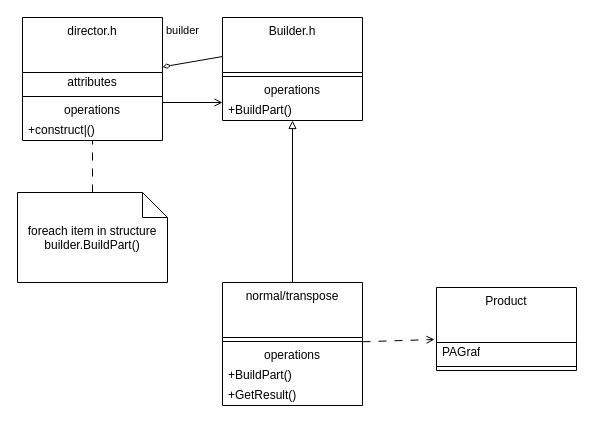
This is builder.drawio from Cristof17/PALibrary, a draw.io file, before an edit. Source tidied: cells renumbered, new cells numbered last; positions are measured from the earlier drawing's top-left corner, leaving out a move shared by most shapes. Both pictures are drawn from the tidied source at 100%, with x=0, y=0 at pixel (17, 17).
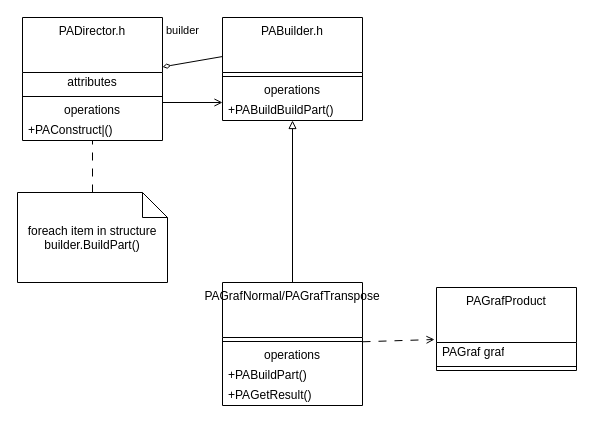
The same page after the edit.

Commit message (it also covers changes not shown here):
added builder design pattern with file PA_Graph_Transpus, PA_Graph_Normal, PA_Builder,PA_Graf_Product,PA

Diff of the diagram source:
```diff
@@
-    <mxCell id="3" value="Builder.h" style="swimlane;fontStyle=0;align=center;verticalAlign=top;horizontal=1;startSize=55;html=1;whiteSpace=wrap;" parent="1" vertex="1">
+    <mxCell id="3" value="PABuilder.h" style="swimlane;fontStyle=0;align=center;verticalAlign=top;horizontal=1;startSize=55;html=1;whiteSpace=wrap;" parent="1" vertex="1">
       <mxGeometry x="205" width="140" height="103" as="geometry" />
     </mxCell>
@@
-    <mxCell id="6" value="+BuildPart()" style="text;html=1;strokeColor=none;fillColor=none;align=left;verticalAlign=middle;spacingLeft=4;spacingRight=4;overflow=hidden;points=[[0,0.5],[1,0.5]];portConstraint=eastwest;whiteSpace=wrap;" parent="3" vertex="1">
+    <mxCell id="6" value="+PABuildBuildPart()" style="text;html=1;strokeColor=none;fillColor=none;align=left;verticalAlign=middle;spacingLeft=4;spacingRight=4;overflow=hidden;points=[[0,0.5],[1,0.5]];portConstraint=eastwest;whiteSpace=wrap;" parent="3" vertex="1">
       <mxGeometry y="83" width="140" height="20" as="geometry" />
     </mxCell>
-    <mxCell id="7" value="director.h" style="swimlane;fontStyle=0;align=center;verticalAlign=top;horizontal=1;startSize=55;html=1;whiteSpace=wrap;" parent="1" vertex="1">
+    <mxCell id="7" value="PADirector.h" style="swimlane;fontStyle=0;align=center;verticalAlign=top;horizontal=1;startSize=55;html=1;whiteSpace=wrap;" parent="1" vertex="1">
       <mxGeometry x="5" width="140" height="123" as="geometry" />
     </mxCell>
@@
-    <mxCell id="11" value="+construct|()" style="text;html=1;strokeColor=none;fillColor=none;align=left;verticalAlign=middle;spacingLeft=4;spacingRight=4;overflow=hidden;points=[[0,0.5],[1,0.5]];portConstraint=eastwest;whiteSpace=wrap;" parent="7" vertex="1">
+    <mxCell id="11" value="+PAConstruct|()" style="text;html=1;strokeColor=none;fillColor=none;align=left;verticalAlign=middle;spacingLeft=4;spacingRight=4;overflow=hidden;points=[[0,0.5],[1,0.5]];portConstraint=eastwest;whiteSpace=wrap;" parent="7" vertex="1">
       <mxGeometry y="103" width="140" height="20" as="geometry" />
     </mxCell>
@@
-    <mxCell id="18" value="normal/transpose" style="swimlane;fontStyle=0;align=center;verticalAlign=top;horizontal=1;startSize=55;html=1;whiteSpace=wrap;" parent="1" vertex="1">
+    <mxCell id="18" value="PAGrafNormal/PAGrafTranspose" style="swimlane;fontStyle=0;align=center;verticalAlign=top;horizontal=1;startSize=55;html=1;whiteSpace=wrap;" parent="1" vertex="1">
       <mxGeometry x="205" y="265" width="140" height="123" as="geometry" />
     </mxCell>
@@
-    <mxCell id="21" value="+BuildPart()" style="text;html=1;strokeColor=none;fillColor=none;align=left;verticalAlign=middle;spacingLeft=4;spacingRight=4;overflow=hidden;whiteSpace=wrap;" parent="18" vertex="1">
+    <mxCell id="21" value="+PABuildPart()" style="text;html=1;strokeColor=none;fillColor=none;align=left;verticalAlign=middle;spacingLeft=4;spacingRight=4;overflow=hidden;whiteSpace=wrap;" parent="18" vertex="1">
       <mxGeometry y="83" width="140" height="20" as="geometry" />
     </mxCell>
-    <mxCell id="22" value="+GetResult()" style="text;html=1;strokeColor=none;fillColor=none;align=left;verticalAlign=middle;spacingLeft=4;spacingRight=4;overflow=hidden;whiteSpace=wrap;" parent="18" vertex="1">
+    <mxCell id="22" value="+PAGetResult()" style="text;html=1;strokeColor=none;fillColor=none;align=left;verticalAlign=middle;spacingLeft=4;spacingRight=4;overflow=hidden;whiteSpace=wrap;" parent="18" vertex="1">
       <mxGeometry y="103" width="140" height="20" as="geometry" />
     </mxCell>
-    <mxCell id="23" value="Product" style="swimlane;fontStyle=0;align=center;verticalAlign=top;horizontal=1;startSize=55;html=1;whiteSpace=wrap;" parent="1" vertex="1">
+    <mxCell id="23" value="PAGrafProduct" style="swimlane;fontStyle=0;align=center;verticalAlign=top;horizontal=1;startSize=55;html=1;whiteSpace=wrap;" parent="1" vertex="1">
       <mxGeometry x="419" y="270" width="140" height="83" as="geometry" />
     </mxCell>
-    <mxCell id="24" value="PAGraf" style="text;html=1;strokeColor=none;fillColor=none;align=left;verticalAlign=middle;spacingLeft=4;spacingRight=4;overflow=hidden;points=[[0,0.5],[1,0.5]];portConstraint=eastwest;whiteSpace=wrap;" parent="23" vertex="1">
+    <mxCell id="24" value="PAGraf graf" style="text;html=1;strokeColor=none;fillColor=none;align=left;verticalAlign=middle;spacingLeft=4;spacingRight=4;overflow=hidden;points=[[0,0.5],[1,0.5]];portConstraint=eastwest;whiteSpace=wrap;" parent="23" vertex="1">
       <mxGeometry y="55" width="140" height="20" as="geometry" />
     </mxCell>
```
